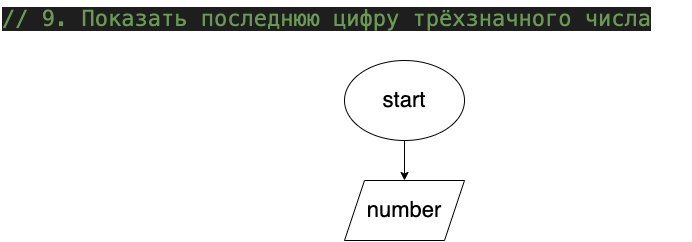
This is MySelf_Tasks/Feel_Intern/Task09/FeelInternTask09_Block.drawio.png from PalinaLit/Examples_CSharp, a draw.io export, as it was before one commit. Source tidied: cells renumbered, new cells last; positions are measured from the earlier drawing's top-left corner, leaving out a move shared by most shapes. The source it was exported from:
```xml
<mxGraphModel>
  <root>
    <mxCell id="0" />
    <mxCell id="1" parent="0" />
    <mxCell id="2" value="&lt;meta charset=&quot;utf-8&quot; style=&quot;font-size: 22px;&quot;&gt;&lt;div style=&quot;color: rgb(212, 212, 212); background-color: rgb(30, 30, 30); font-family: menlo, monaco, &amp;quot;courier new&amp;quot;, monospace; font-weight: normal; font-size: 22px; line-height: 24px;&quot;&gt;&lt;div style=&quot;font-size: 22px;&quot;&gt;&lt;span style=&quot;color: rgb(212, 212, 212); font-size: 22px;&quot;&gt; &lt;/span&gt;&lt;span style=&quot;color: rgb(106, 153, 85); font-size: 22px;&quot;&gt;// 9. Показать последнюю цифру трёхзначного числа&lt;/span&gt;&lt;/div&gt;&lt;/div&gt;" style="text;whiteSpace=wrap;html=1;fontSize=22;" parent="1" vertex="1">
      <mxGeometry width="690" height="40" as="geometry" />
    </mxCell>
    <mxCell id="3" style="edgeStyle=none;html=1;fontSize=22;" parent="1" edge="1" source="4" target="5">
      <mxGeometry relative="1" as="geometry" />
    </mxCell>
    <mxCell id="4" value="start" style="ellipse;whiteSpace=wrap;html=1;fontSize=22;" parent="1" vertex="1">
      <mxGeometry x="344" y="60" width="120" height="80" as="geometry" />
    </mxCell>
    <mxCell id="5" value="number" style="shape=parallelogram;perimeter=parallelogramPerimeter;whiteSpace=wrap;html=1;fixedSize=1;fontSize=22;" parent="1" vertex="1">
      <mxGeometry x="344" y="180" width="120" height="60" as="geometry" />
    </mxCell>
  </root>
</mxGraphModel>
```
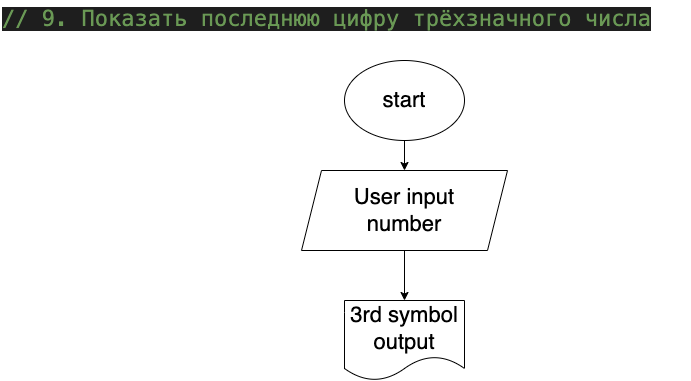
The same diagram one commit later.

Commit message:
Add Myself Task 9 code

The edit, as a diff of the source:
```diff
@@ -11,8 +11,14 @@
     <mxCell id="4" value="start" style="ellipse;whiteSpace=wrap;html=1;fontSize=22;" parent="1" vertex="1">
       <mxGeometry x="344" y="60" width="120" height="80" as="geometry" />
     </mxCell>
+    <mxCell id="6" style="edgeStyle=none;html=1;" parent="1" edge="1" source="5" target="7">
+      <mxGeometry relative="1" as="geometry" />
+    </mxCell>
-    <mxCell id="5" value="number" style="shape=parallelogram;perimeter=parallelogramPerimeter;whiteSpace=wrap;html=1;fixedSize=1;fontSize=22;" parent="1" vertex="1">
-      <mxGeometry x="344" y="180" width="120" height="60" as="geometry" />
+    <mxCell id="5" value="User input&lt;br&gt;number" style="shape=parallelogram;perimeter=parallelogramPerimeter;whiteSpace=wrap;html=1;fixedSize=1;fontSize=22;" parent="1" vertex="1">
+      <mxGeometry x="301" y="170" width="206" height="80" as="geometry" />
     </mxCell>
+    <mxCell id="7" value="3rd symbol&lt;br&gt;output" style="shape=document;whiteSpace=wrap;html=1;boundedLbl=1;fontSize=22;" parent="1" vertex="1">
+      <mxGeometry x="344" y="300" width="120" height="80" as="geometry" />
+    </mxCell>
   </root>
 </mxGraphModel>
```
